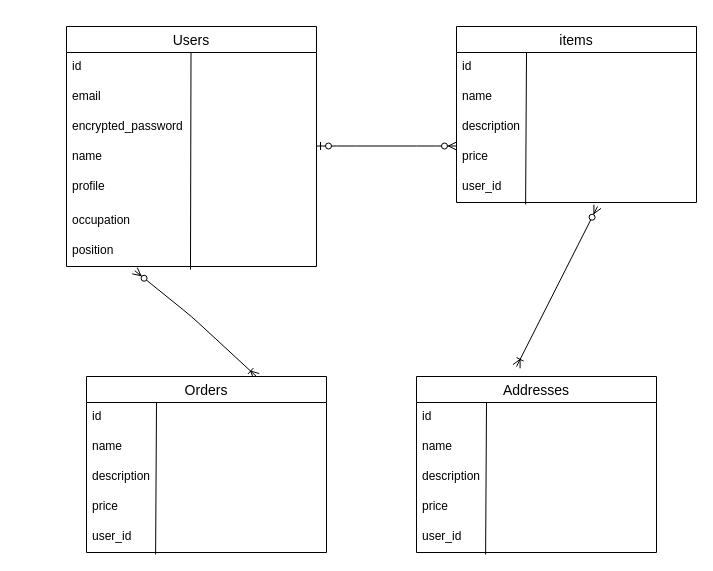
The draw.io diagram page "ページ1" (1 of 2) of app/views/test.dio in asoy1206upi/furima-39647, before the edit. Source tidied: cells renumbered, new cells numbered last; positions are measured from the earlier drawing's top-left corner, leaving out a move shared by most shapes. Both pictures are drawn from the tidied source at 100%, with x=0, y=0 at pixel (66, 26).
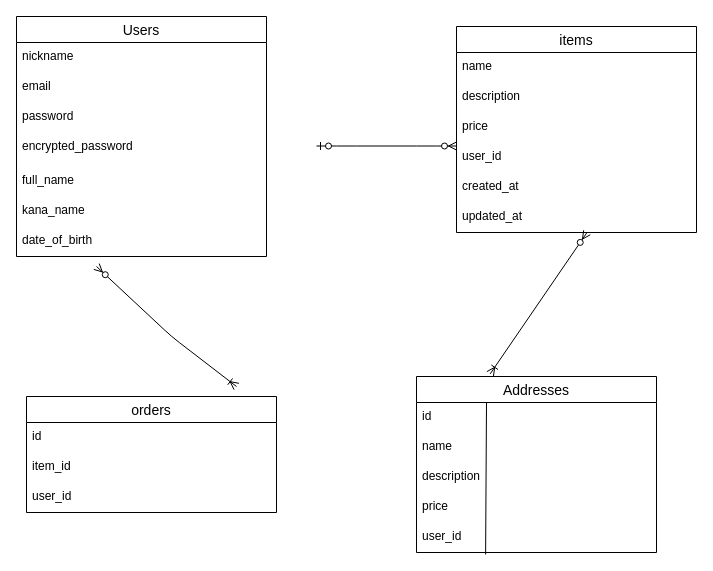
Above is the later version.

The change refers to these unchanged cells:
```xml
<mxCell id="28" value="Addresses" style="swimlane;fontStyle=0;horizontal=1;startSize=26;align=center;fontSize=14;" parent="1" vertex="1">
  <mxGeometry x="350" y="350" width="240" height="176" as="geometry" />
</mxCell>
```

Change to the diagram source:
```diff
@@
     <mxCell id="2" value="Users" style="swimlane;fontStyle=0;horizontal=1;startSize=26;align=center;fontSize=14;" parent="1" vertex="1">
-      <mxGeometry width="250" height="240" as="geometry" />
+      <mxGeometry x="-50" y="-10" width="250" height="240" as="geometry" />
     </mxCell>
-    <mxCell id="3" value="id&#10;&#10;" style="text;strokeColor=none;fillColor=none;spacingLeft=4;spacingRight=4;overflow=hidden;fontSize=12;" parent="2" vertex="1">
+    <mxCell id="3" value="nickname" style="text;strokeColor=none;fillColor=none;spacingLeft=4;spacingRight=4;overflow=hidden;fontSize=12;" parent="2" vertex="1">
       <mxGeometry y="26" width="250" height="30" as="geometry" />
     </mxCell>
@@
-    <mxCell id="5" value="encrypted_password" style="text;strokeColor=none;fillColor=none;spacingLeft=4;spacingRight=4;overflow=hidden;fontSize=12;" parent="2" vertex="1">
+    <mxCell id="5" value="password" style="text;strokeColor=none;fillColor=none;spacingLeft=4;spacingRight=4;overflow=hidden;fontSize=12;" parent="2" vertex="1">
       <mxGeometry y="86" width="250" height="30" as="geometry" />
     </mxCell>
-    <mxCell id="6" style="endArrow=none;html=1;rounded=0;exitX=0.496;exitY=1.1;exitDx=0;exitDy=0;exitPerimeter=0;" parent="2" edge="1" source="10">
-      <mxGeometry relative="1" as="geometry">
-        <mxPoint x="124.5" y="26" as="targetPoint" />
-      </mxGeometry>
-    </mxCell>
-    <mxCell id="7" value="name" style="text;strokeColor=none;fillColor=none;spacingLeft=4;spacingRight=4;overflow=hidden;fontSize=12;" parent="2" vertex="1">
-      <mxGeometry y="116" width="250" height="30" as="geometry" />
-    </mxCell>
-    <mxCell id="8" value="profile" style="text;strokeColor=none;fillColor=none;spacingLeft=4;spacingRight=4;overflow=hidden;fontSize=12;" parent="2" vertex="1">
-      <mxGeometry y="146" width="250" height="34" as="geometry" />
+    <mxCell id="8" value="encrypted_password" style="text;strokeColor=none;fillColor=none;spacingLeft=4;spacingRight=4;overflow=hidden;fontSize=12;" parent="2" vertex="1">
+      <mxGeometry y="116" width="250" height="34" as="geometry" />
     </mxCell>
-    <mxCell id="9" value="occupation" style="text;strokeColor=none;fillColor=none;spacingLeft=4;spacingRight=4;overflow=hidden;fontSize=12;" parent="2" vertex="1">
-      <mxGeometry y="180" width="250" height="30" as="geometry" />
+    <mxCell id="9" value="full_name" style="text;strokeColor=none;fillColor=none;spacingLeft=4;spacingRight=4;overflow=hidden;fontSize=12;" parent="2" vertex="1">
+      <mxGeometry y="150" width="250" height="30" as="geometry" />
     </mxCell>
-    <mxCell id="10" value="position" style="text;strokeColor=none;fillColor=none;spacingLeft=4;spacingRight=4;overflow=hidden;points=[[0,0.5],[1,0.5]];portConstraint=eastwest;fontSize=12;" parent="2" vertex="1">
-      <mxGeometry y="210" width="250" height="30" as="geometry" />
+    <mxCell id="10" value="kana_name" style="text;strokeColor=none;fillColor=none;spacingLeft=4;spacingRight=4;overflow=hidden;points=[[0,0.5],[1,0.5]];portConstraint=eastwest;fontSize=12;" parent="2" vertex="1">
+      <mxGeometry y="180" width="250" height="30" as="geometry" />
     </mxCell>
+    <mxCell id="35" value="date_of_birth" style="text;strokeColor=none;fillColor=none;spacingLeft=4;spacingRight=4;overflow=hidden;fontSize=12;" parent="2" vertex="1">
+      <mxGeometry y="210" width="250" height="30" as="geometry" />
+    </mxCell>
     <mxCell id="11" value="items" style="swimlane;fontStyle=0;horizontal=1;startSize=26;align=center;fontSize=14;" parent="1" vertex="1">
-      <mxGeometry x="390" width="240" height="176" as="geometry" />
+      <mxGeometry x="390" width="240" height="206" as="geometry" />
     </mxCell>
-    <mxCell id="12" value="id" style="text;strokeColor=none;fillColor=none;spacingLeft=4;spacingRight=4;overflow=hidden;fontSize=12;" parent="11" vertex="1">
+    <mxCell id="12" value="name" style="text;strokeColor=none;fillColor=none;spacingLeft=4;spacingRight=4;overflow=hidden;fontSize=12;" parent="11" vertex="1">
       <mxGeometry y="26" width="240" height="30" as="geometry" />
     </mxCell>
-    <mxCell id="13" style="endArrow=none;html=1;rounded=0;exitX=0.288;exitY=1.067;exitDx=0;exitDy=0;exitPerimeter=0;" parent="11" edge="1" source="17">
-      <mxGeometry relative="1" as="geometry">
-        <mxPoint x="70" y="26" as="targetPoint" />
-      </mxGeometry>
-    </mxCell>
-    <mxCell id="14" value="name" style="text;strokeColor=none;fillColor=none;spacingLeft=4;spacingRight=4;overflow=hidden;fontSize=12;" parent="11" vertex="1">
+    <mxCell id="14" value="description" style="text;strokeColor=none;fillColor=none;spacingLeft=4;spacingRight=4;overflow=hidden;fontSize=12;" parent="11" vertex="1">
       <mxGeometry y="56" width="240" height="30" as="geometry" />
     </mxCell>
-    <mxCell id="15" value="description" style="text;strokeColor=none;fillColor=none;spacingLeft=4;spacingRight=4;overflow=hidden;fontSize=12;" parent="11" vertex="1">
+    <mxCell id="15" value="price" style="text;strokeColor=none;fillColor=none;spacingLeft=4;spacingRight=4;overflow=hidden;fontSize=12;" parent="11" vertex="1">
       <mxGeometry y="86" width="240" height="30" as="geometry" />
     </mxCell>
-    <mxCell id="16" value="price" style="text;strokeColor=none;fillColor=none;spacingLeft=4;spacingRight=4;overflow=hidden;fontSize=12;" parent="11" vertex="1">
+    <mxCell id="16" value="user_id" style="text;strokeColor=none;fillColor=none;spacingLeft=4;spacingRight=4;overflow=hidden;fontSize=12;" parent="11" vertex="1">
       <mxGeometry y="116" width="240" height="30" as="geometry" />
     </mxCell>
-    <mxCell id="17" value="user_id" style="text;strokeColor=none;fillColor=none;spacingLeft=4;spacingRight=4;overflow=hidden;points=[[0,0.5],[1,0.5]];portConstraint=eastwest;fontSize=12;" parent="11" vertex="1">
+    <mxCell id="17" value="created_at" style="text;strokeColor=none;fillColor=none;spacingLeft=4;spacingRight=4;overflow=hidden;points=[[0,0.5],[1,0.5]];portConstraint=eastwest;fontSize=12;" parent="11" vertex="1">
       <mxGeometry y="146" width="240" height="30" as="geometry" />
     </mxCell>
+    <mxCell id="36" value="updated_at" style="text;strokeColor=none;fillColor=none;spacingLeft=4;spacingRight=4;overflow=hidden;fontSize=12;" parent="11" vertex="1">
+      <mxGeometry y="176" width="240" height="30" as="geometry" />
+    </mxCell>
@@
-    <mxCell id="19" style="fontSize=12;html=1;endArrow=ERoneToMany;startArrow=ERzeroToMany;exitX=0.273;exitY=1.14;exitDx=0;exitDy=0;exitPerimeter=0;" parent="1" edge="1" source="10">
+    <mxCell id="19" style="fontSize=12;html=1;endArrow=ERoneToMany;startArrow=ERzeroToMany;" parent="1" edge="1">
       <mxGeometry relative="1" as="geometry">
-        <mxPoint x="190" y="350" as="targetPoint" />
+        <mxPoint x="30" y="240" as="sourcePoint" />
+        <mxPoint x="170" y="360" as="targetPoint" />
         <Array as="points">
-          <mxPoint x="125" y="290" />
+          <mxPoint x="105" y="310" />
         </Array>
       </mxGeometry>
     </mxCell>
-    <mxCell id="20" style="fontSize=12;html=1;endArrow=ERoneToMany;startArrow=ERzeroToMany;" parent="1" edge="1">
+    <mxCell id="20" style="fontSize=12;html=1;endArrow=ERoneToMany;startArrow=ERzeroToMany;entryX=0.307;entryY=-0.015;entryDx=0;entryDy=0;entryPerimeter=0;" parent="1" edge="1" target="28">
       <mxGeometry relative="1" as="geometry">
-        <mxPoint x="531" y="180" as="sourcePoint" />
-        <mxPoint x="450" y="340" as="targetPoint" />
+        <mxPoint x="520.5" y="206" as="sourcePoint" />
       </mxGeometry>
     </mxCell>
-    <mxCell id="21" value="Orders" style="swimlane;fontStyle=0;horizontal=1;startSize=26;align=center;fontSize=14;" parent="1" vertex="1">
-      <mxGeometry x="20" y="350" width="240" height="176" as="geometry" />
-    </mxCell>
-    <mxCell id="22" value="id" style="text;strokeColor=none;fillColor=none;spacingLeft=4;spacingRight=4;overflow=hidden;fontSize=12;" parent="21" vertex="1">
-      <mxGeometry y="26" width="240" height="30" as="geometry" />
-    </mxCell>
-    <mxCell id="23" style="endArrow=none;html=1;rounded=0;exitX=0.288;exitY=1.067;exitDx=0;exitDy=0;exitPerimeter=0;" parent="21" edge="1" source="27">
-      <mxGeometry relative="1" as="geometry">
-        <mxPoint x="70" y="26" as="targetPoint" />
-      </mxGeometry>
-    </mxCell>
-    <mxCell id="24" value="name" style="text;strokeColor=none;fillColor=none;spacingLeft=4;spacingRight=4;overflow=hidden;fontSize=12;" parent="21" vertex="1">
-      <mxGeometry y="56" width="240" height="30" as="geometry" />
-    </mxCell>
-    <mxCell id="25" value="description" style="text;strokeColor=none;fillColor=none;spacingLeft=4;spacingRight=4;overflow=hidden;fontSize=12;" parent="21" vertex="1">
-      <mxGeometry y="86" width="240" height="30" as="geometry" />
-    </mxCell>
-    <mxCell id="26" value="price" style="text;strokeColor=none;fillColor=none;spacingLeft=4;spacingRight=4;overflow=hidden;fontSize=12;" parent="21" vertex="1">
-      <mxGeometry y="116" width="240" height="30" as="geometry" />
-    </mxCell>
-    <mxCell id="27" value="user_id" style="text;strokeColor=none;fillColor=none;spacingLeft=4;spacingRight=4;overflow=hidden;points=[[0,0.5],[1,0.5]];portConstraint=eastwest;fontSize=12;" parent="21" vertex="1">
-      <mxGeometry y="146" width="240" height="30" as="geometry" />
-    </mxCell>
@@
+    <mxCell id="37" value="orders" style="swimlane;fontStyle=0;horizontal=1;startSize=26;align=center;fontSize=14;" parent="1" vertex="1">
+      <mxGeometry x="-40" y="370" width="250" height="116" as="geometry" />
+    </mxCell>
+    <mxCell id="22" value="id&#10;&#10;" style="text;strokeColor=none;fillColor=none;spacingLeft=4;spacingRight=4;overflow=hidden;fontSize=12;" parent="37" vertex="1">
+      <mxGeometry y="26" width="250" height="30" as="geometry" />
+    </mxCell>
+    <mxCell id="38" value="item_id" style="text;strokeColor=none;fillColor=none;spacingLeft=4;spacingRight=4;overflow=hidden;fontSize=12;" parent="37" vertex="1">
+      <mxGeometry y="56" width="250" height="30" as="geometry" />
+    </mxCell>
+    <mxCell id="27" value="user_id" style="text;strokeColor=none;fillColor=none;spacingLeft=4;spacingRight=4;overflow=hidden;points=[[0,0.5],[1,0.5]];portConstraint=eastwest;fontSize=12;" parent="37" vertex="1">
+      <mxGeometry y="86" width="250" height="30" as="geometry" />
+    </mxCell>
```
